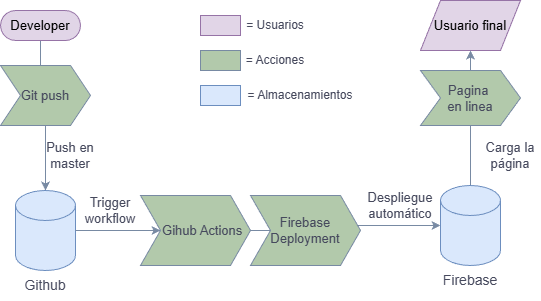
sclaveriap2/PortfolioWEB keeps this draw.io diagram as Public/Images/workflow.png. Above is the earlier version. Source tidied: cells renumbered, new cells last; positions are measured from the earlier drawing's top-left corner, leaving out a move shared by most shapes.
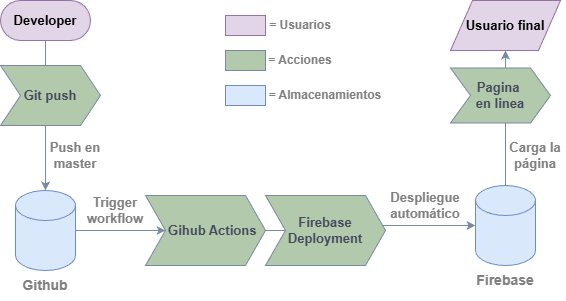
After the change.

Diff of the diagram source:
```diff
@@ -9,70 +9,70 @@
       <mxGeometry relative="1" as="geometry" />
     </mxCell>
     <mxCell id="4" style="shape=cylinder3;whiteSpace=wrap;html=1;boundedLbl=1;backgroundOutline=1;size=15;labelBackgroundColor=none;fillColor=#dae8fc;strokeColor=#6c8ebf;" parent="1" vertex="1">
-      <mxGeometry x="15" y="190" width="60" height="80" as="geometry" />
+      <mxGeometry y="190" width="60" height="80" as="geometry" />
     </mxCell>
-    <mxCell id="5" value="&lt;font style=&quot;font-size: 13px;&quot;&gt;Developer&lt;/font&gt;" style="html=1;dashed=0;whiteSpace=wrap;shape=mxgraph.dfd.start;labelBackgroundColor=none;fillColor=#e1d5e7;strokeColor=#9673a6;" parent="1" vertex="1">
-      <mxGeometry y="10" width="80" height="30" as="geometry" />
+    <mxCell id="5" value="&lt;font style=&quot;font-size: 13px;&quot;&gt;&lt;b&gt;Developer&lt;/b&gt;&lt;/font&gt;" style="html=1;dashed=0;whiteSpace=wrap;shape=mxgraph.dfd.start;labelBackgroundColor=none;fillColor=#e1d5e7;strokeColor=#9673a6;" parent="1" vertex="1">
+      <mxGeometry x="-15" width="90" height="40" as="geometry" />
     </mxCell>
-    <mxCell id="6" value="&lt;font style=&quot;font-size: 13px;&quot;&gt;Usuario final&lt;/font&gt;" style="shape=parallelogram;perimeter=parallelogramPerimeter;whiteSpace=wrap;html=1;dashed=0;labelBackgroundColor=none;fillColor=#e1d5e7;strokeColor=#9673a6;" parent="1" vertex="1">
-      <mxGeometry x="420" width="100" height="50" as="geometry" />
+    <mxCell id="6" value="&lt;font style=&quot;font-size: 13px;&quot;&gt;Usuario final&lt;/font&gt;" style="shape=parallelogram;perimeter=parallelogramPerimeter;whiteSpace=wrap;html=1;dashed=0;labelBackgroundColor=none;fillColor=#e1d5e7;strokeColor=#9673a6;fontStyle=1;" parent="1" vertex="1">
+      <mxGeometry x="435" width="110" height="50" as="geometry" />
     </mxCell>
     <mxCell id="7" style="edgeStyle=orthogonalEdgeStyle;rounded=0;jettySize=auto;html=1;exitX=0.5;exitY=0;exitDx=0;exitDy=0;exitPerimeter=0;labelBackgroundColor=none;strokeColor=#788AA3;fontColor=default;" parent="1" edge="1" source="8" target="6">
       <mxGeometry relative="1" as="geometry" />
     </mxCell>
     <mxCell id="8" style="shape=cylinder3;whiteSpace=wrap;html=1;boundedLbl=1;backgroundOutline=1;size=15;labelBackgroundColor=none;fillColor=#dae8fc;strokeColor=#6c8ebf;" parent="1" vertex="1">
-      <mxGeometry x="440" y="185" width="60" height="80" as="geometry" />
+      <mxGeometry x="460" y="185" width="60" height="80" as="geometry" />
     </mxCell>
-    <mxCell id="9" value="&lt;font style=&quot;font-size: 14px;&quot;&gt;Github&lt;/font&gt;" style="text;html=1;align=center;verticalAlign=middle;whiteSpace=wrap;rounded=0;labelBackgroundColor=none;fontColor=#46495D;" parent="1" vertex="1">
-      <mxGeometry x="15" y="270" width="60" height="30" as="geometry" />
+    <mxCell id="9" value="&lt;font style=&quot;font-size: 14px;&quot;&gt;Github&lt;/font&gt;" style="text;html=1;align=center;verticalAlign=middle;whiteSpace=wrap;rounded=0;labelBackgroundColor=none;fontColor=#808080;fontStyle=1;" parent="1" vertex="1">
+      <mxGeometry y="270" width="60" height="30" as="geometry" />
     </mxCell>
-    <mxCell id="10" value="&lt;font style=&quot;font-size: 13px;&quot;&gt;Git push&lt;/font&gt;" style="shape=step;perimeter=stepPerimeter;whiteSpace=wrap;html=1;fixedSize=1;labelBackgroundColor=none;fillColor=#B2C9AB;strokeColor=#788AA3;fontColor=#46495D;" parent="1" vertex="1">
-      <mxGeometry y="65" width="90" height="60" as="geometry" />
+    <mxCell id="10" value="&lt;font style=&quot;font-size: 13px;&quot;&gt;Git push&lt;/font&gt;" style="shape=step;perimeter=stepPerimeter;whiteSpace=wrap;html=1;fixedSize=1;labelBackgroundColor=none;fillColor=#B2C9AB;strokeColor=#788AA3;fontColor=#46495D;fontStyle=1;" parent="1" vertex="1">
+      <mxGeometry x="-15" y="65" width="100" height="60" as="geometry" />
     </mxCell>
-    <mxCell id="11" value="&lt;font style=&quot;font-size: 13px;&quot;&gt;Firebase Deployment&lt;/font&gt;" style="shape=step;perimeter=stepPerimeter;whiteSpace=wrap;html=1;fixedSize=1;labelBackgroundColor=none;fillColor=#B2C9AB;strokeColor=#788AA3;fontColor=#46495D;" parent="1" vertex="1">
-      <mxGeometry x="250" y="195" width="110" height="70" as="geometry" />
+    <mxCell id="11" value="&lt;font style=&quot;font-size: 13px;&quot;&gt;Firebase Deployment&lt;/font&gt;" style="shape=step;perimeter=stepPerimeter;whiteSpace=wrap;html=1;fixedSize=1;labelBackgroundColor=none;fillColor=#B2C9AB;strokeColor=#788AA3;fontColor=#46495D;fontStyle=1;" parent="1" vertex="1">
+      <mxGeometry x="250" y="195" width="120" height="70" as="geometry" />
     </mxCell>
-    <mxCell id="12" value="&lt;font style=&quot;font-size: 14px;&quot;&gt;Firebase&lt;/font&gt;" style="text;html=1;align=center;verticalAlign=middle;whiteSpace=wrap;rounded=0;labelBackgroundColor=none;fontColor=#46495D;" parent="1" vertex="1">
-      <mxGeometry x="440" y="265" width="60" height="30" as="geometry" />
+    <mxCell id="12" value="&lt;font style=&quot;font-size: 14px;&quot;&gt;Firebase&lt;/font&gt;" style="text;html=1;align=center;verticalAlign=middle;whiteSpace=wrap;rounded=0;labelBackgroundColor=none;fontColor=#808080;fontStyle=1;" parent="1" vertex="1">
+      <mxGeometry x="460" y="265" width="60" height="30" as="geometry" />
     </mxCell>
-    <mxCell id="13" value="&lt;font style=&quot;font-size: 13px;&quot;&gt;Pagina&amp;nbsp;&lt;/font&gt;&lt;div style=&quot;font-size: 13px;&quot;&gt;&lt;font style=&quot;font-size: 13px;&quot;&gt;en linea&lt;/font&gt;&lt;/div&gt;" style="shape=step;perimeter=stepPerimeter;whiteSpace=wrap;html=1;fixedSize=1;labelBackgroundColor=none;fillColor=#B2C9AB;strokeColor=#788AA3;fontColor=#46495D;" parent="1" vertex="1">
-      <mxGeometry x="420" y="70" width="100" height="55" as="geometry" />
+    <mxCell id="13" value="&lt;font style=&quot;font-size: 13px;&quot;&gt;Pagina&amp;nbsp;&lt;/font&gt;&lt;div style=&quot;font-size: 13px;&quot;&gt;&lt;font style=&quot;font-size: 13px;&quot;&gt;en linea&lt;/font&gt;&lt;/div&gt;" style="shape=step;perimeter=stepPerimeter;whiteSpace=wrap;html=1;fixedSize=1;labelBackgroundColor=none;fillColor=#B2C9AB;strokeColor=#788AA3;fontColor=#46495D;fontStyle=1;" parent="1" vertex="1">
+      <mxGeometry x="435" y="67.5" width="100" height="55" as="geometry" />
     </mxCell>
-    <mxCell id="14" value="&lt;font style=&quot;font-size: 13px;&quot;&gt;Push en master&lt;/font&gt;" style="text;html=1;align=center;verticalAlign=middle;whiteSpace=wrap;rounded=0;labelBackgroundColor=none;fontColor=#46495D;" parent="1" vertex="1">
-      <mxGeometry x="40" y="140" width="60" height="30" as="geometry" />
+    <mxCell id="14" value="&lt;font style=&quot;font-size: 13px;&quot;&gt;Push en master&lt;/font&gt;" style="text;html=1;align=center;verticalAlign=middle;whiteSpace=wrap;rounded=0;labelBackgroundColor=none;fontColor=#808080;fillColor=none;strokeWidth=8;strokeColor=none;fontStyle=1;" parent="1" vertex="1">
+      <mxGeometry x="30" y="140" width="60" height="30" as="geometry" />
     </mxCell>
-    <mxCell id="15" value="&lt;font style=&quot;font-size: 13px;&quot;&gt;Trigger workflow&lt;/font&gt;" style="text;html=1;align=center;verticalAlign=middle;whiteSpace=wrap;rounded=0;labelBackgroundColor=none;fontColor=#46495D;" parent="1" vertex="1">
-      <mxGeometry x="80" y="195" width="60" height="30" as="geometry" />
+    <mxCell id="15" value="&lt;font style=&quot;font-size: 13px;&quot;&gt;Trigger workflow&lt;/font&gt;" style="text;html=1;align=center;verticalAlign=middle;whiteSpace=wrap;rounded=0;labelBackgroundColor=none;fontColor=#808080;fontStyle=1;" parent="1" vertex="1">
+      <mxGeometry x="70" y="195" width="60" height="30" as="geometry" />
     </mxCell>
     <mxCell id="16" style="edgeStyle=orthogonalEdgeStyle;rounded=0;jettySize=auto;html=1;exitX=1;exitY=0.5;exitDx=0;exitDy=0;exitPerimeter=0;labelBackgroundColor=none;strokeColor=#788AA3;fontColor=default;" parent="1" edge="1" source="4" target="17">
       <mxGeometry relative="1" as="geometry" />
     </mxCell>
-    <mxCell id="17" value="&lt;font style=&quot;font-size: 13px;&quot;&gt;&amp;nbsp; &amp;nbsp; Gihub Actions&lt;/font&gt;" style="shape=step;perimeter=stepPerimeter;whiteSpace=wrap;html=1;fixedSize=1;labelBackgroundColor=none;fillColor=#B2C9AB;strokeColor=#788AA3;fontColor=#46495D;" parent="1" vertex="1">
-      <mxGeometry x="140" y="195" width="110" height="70" as="geometry" />
+    <mxCell id="17" value="&lt;font style=&quot;font-size: 13px;&quot;&gt;&amp;nbsp; &amp;nbsp; Gihub Actions&lt;/font&gt;" style="shape=step;perimeter=stepPerimeter;whiteSpace=wrap;html=1;fixedSize=1;labelBackgroundColor=none;fillColor=#B2C9AB;strokeColor=#788AA3;fontColor=#46495D;fontStyle=1;" parent="1" vertex="1">
+      <mxGeometry x="130" y="195" width="120" height="70" as="geometry" />
     </mxCell>
-    <mxCell id="18" value="&lt;font style=&quot;font-size: 13px;&quot;&gt;Despliegue automático&lt;/font&gt;" style="text;html=1;align=center;verticalAlign=middle;whiteSpace=wrap;rounded=0;labelBackgroundColor=none;fontColor=#46495D;" parent="1" vertex="1">
-      <mxGeometry x="370" y="190" width="60" height="30" as="geometry" />
+    <mxCell id="18" value="&lt;font style=&quot;font-size: 13px;&quot;&gt;Despliegue automático&lt;/font&gt;" style="text;html=1;align=center;verticalAlign=middle;whiteSpace=wrap;rounded=0;labelBackgroundColor=none;fontColor=#808080;fontStyle=1;" parent="1" vertex="1">
+      <mxGeometry x="380" y="190" width="60" height="30" as="geometry" />
     </mxCell>
-    <mxCell id="19" value="&lt;font style=&quot;font-size: 13px;&quot;&gt;Carga la página&lt;/font&gt;" style="text;html=1;align=center;verticalAlign=middle;whiteSpace=wrap;rounded=0;labelBackgroundColor=none;fontColor=#46495D;" parent="1" vertex="1">
-      <mxGeometry x="480" y="140" width="60" height="30" as="geometry" />
+    <mxCell id="19" value="&lt;font style=&quot;font-size: 13px;&quot;&gt;Carga la página&lt;/font&gt;" style="text;html=1;align=center;verticalAlign=middle;whiteSpace=wrap;rounded=0;labelBackgroundColor=none;fontColor=#808080;fontStyle=1;" parent="1" vertex="1">
+      <mxGeometry x="490" y="140" width="60" height="30" as="geometry" />
     </mxCell>
     <mxCell id="20" style="rounded=0;whiteSpace=wrap;html=1;strokeColor=#6c8ebf;fillColor=#dae8fc;" parent="1" vertex="1">
-      <mxGeometry x="200" y="85" width="40" height="20" as="geometry" />
+      <mxGeometry x="210" y="85" width="40" height="20" as="geometry" />
     </mxCell>
     <mxCell id="21" style="rounded=0;whiteSpace=wrap;html=1;strokeColor=#788AA3;fontColor=#46495D;fillColor=#B2C9AB;" parent="1" vertex="1">
-      <mxGeometry x="200" y="50" width="40" height="20" as="geometry" />
+      <mxGeometry x="210" y="50" width="40" height="20" as="geometry" />
     </mxCell>
     <mxCell id="22" style="rounded=0;whiteSpace=wrap;html=1;strokeColor=#9673a6;fillColor=#e1d5e7;" parent="1" vertex="1">
-      <mxGeometry x="200" y="15" width="40" height="20" as="geometry" />
+      <mxGeometry x="210" y="15" width="40" height="20" as="geometry" />
     </mxCell>
-    <mxCell id="23" value="= Usuarios" style="text;html=1;align=center;verticalAlign=middle;whiteSpace=wrap;rounded=0;fontColor=#46495D;" parent="1" vertex="1">
-      <mxGeometry x="240" y="10" width="70" height="30" as="geometry" />
+    <mxCell id="23" value="= Usuarios" style="text;html=1;align=center;verticalAlign=middle;whiteSpace=wrap;rounded=0;fontColor=#808080;fontStyle=1;" parent="1" vertex="1">
+      <mxGeometry x="250" y="10" width="70" height="30" as="geometry" />
     </mxCell>
-    <mxCell id="24" value="= Acciones" style="text;html=1;align=center;verticalAlign=middle;whiteSpace=wrap;rounded=0;fontColor=#46495D;" parent="1" vertex="1">
-      <mxGeometry x="240" y="45" width="70" height="30" as="geometry" />
+    <mxCell id="24" value="= Acciones" style="text;html=1;align=center;verticalAlign=middle;whiteSpace=wrap;rounded=0;fontColor=#808080;fontStyle=1;" parent="1" vertex="1">
+      <mxGeometry x="250" y="45" width="70" height="30" as="geometry" />
     </mxCell>
-    <mxCell id="25" value="= Almacenamientos" style="text;html=1;align=center;verticalAlign=middle;whiteSpace=wrap;rounded=0;fontColor=#46495D;" parent="1" vertex="1">
-      <mxGeometry x="240" y="80" width="120" height="30" as="geometry" />
+    <mxCell id="25" value="= Almacenamientos" style="text;html=1;align=center;verticalAlign=middle;whiteSpace=wrap;rounded=0;fontColor=#808080;fontStyle=1;" parent="1" vertex="1">
+      <mxGeometry x="250" y="80" width="120" height="30" as="geometry" />
     </mxCell>
   </root>
 </mxGraphModel>
```
